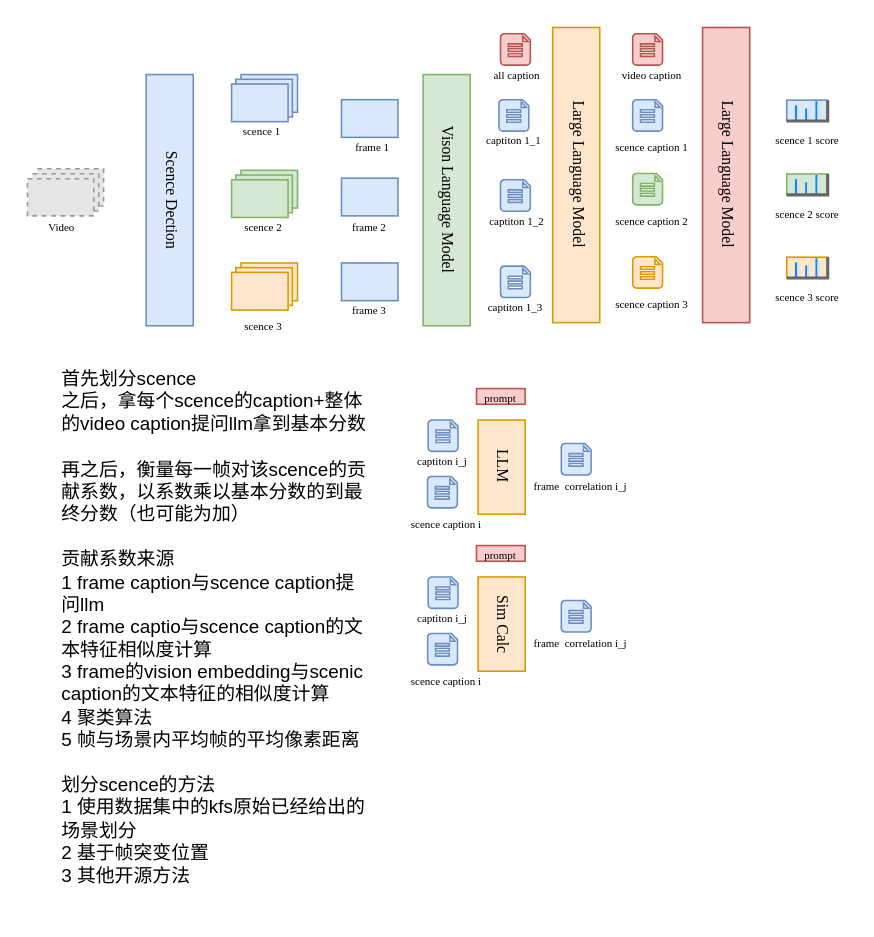
The draw.io diagram drawio/figure1-overall-new.drawio in liuliuli302/tfnet, before the edit. Source tidied: cells renumbered, new cells numbered last; positions are measured from the earlier drawing's top-left corner, leaving out a move shared by most shapes. Both pictures are drawn from the tidied source at 157%, with x=0, y=0 at pixel (27, 27). Pictures stored in the file or linked from it are replaced by grey dashed boxes.
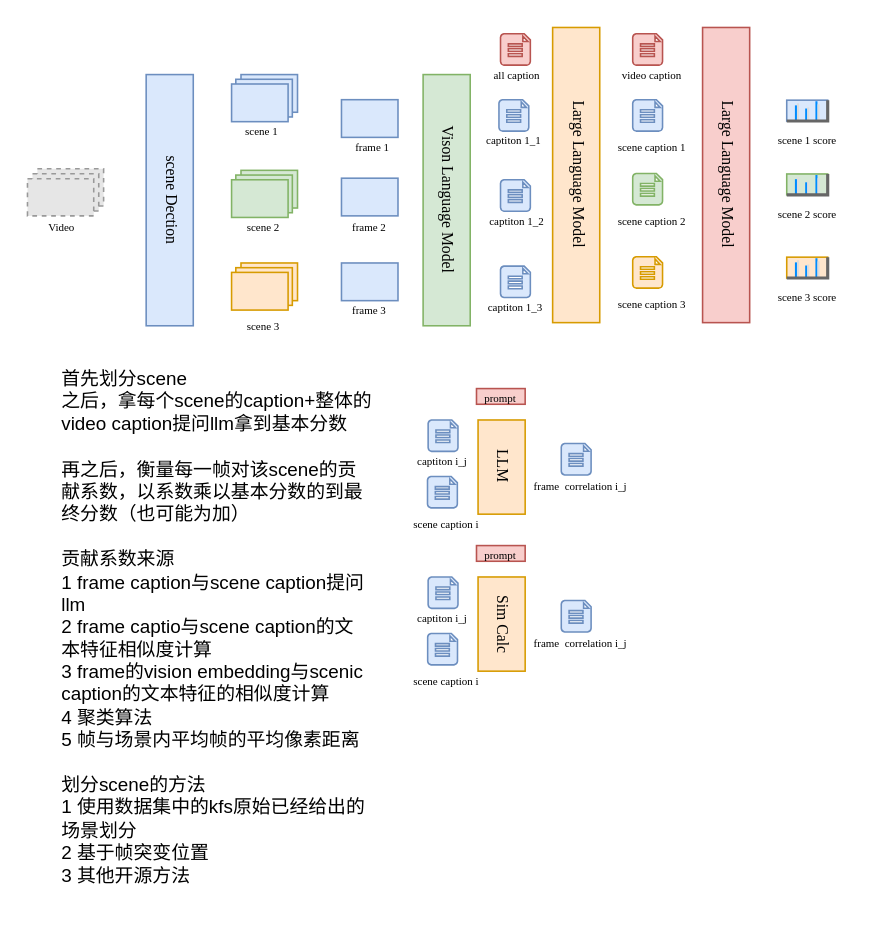
The same page after the edit.

What changed in the source:
```diff
@@
-    <mxCell id="19" value="&lt;font style=&quot;font-size: 7px;&quot;&gt;scence 1&lt;/font&gt;" style="text;strokeColor=none;align=center;fillColor=none;html=1;verticalAlign=middle;whiteSpace=wrap;rounded=0;fontFamily=Times New Roman;" parent="1" vertex="1">
+    <mxCell id="19" value="&lt;font style=&quot;font-size: 7px;&quot;&gt;scene 1&lt;/font&gt;" style="text;strokeColor=none;align=center;fillColor=none;html=1;verticalAlign=middle;whiteSpace=wrap;rounded=0;fontFamily=Times New Roman;" parent="1" vertex="1">
       <mxGeometry x="134.3" y="60" width="31.4" height="10" as="geometry" />
     </mxCell>
-    <mxCell id="20" value="&lt;span style=&quot;color: rgb(0, 0, 0); font-family: &amp;quot;Times New Roman&amp;quot;; font-size: 10px;&quot;&gt;Scence Dection&lt;/span&gt;" style="rounded=0;whiteSpace=wrap;html=1;textDirection=vertical-lr;fillColor=#dae8fc;strokeColor=#6c8ebf;" parent="1" vertex="1">
+    <mxCell id="20" value="&lt;span style=&quot;color: rgb(0, 0, 0); font-family: &amp;quot;Times New Roman&amp;quot;; font-size: 10px;&quot;&gt;scene Dection&lt;/span&gt;" style="rounded=0;whiteSpace=wrap;html=1;textDirection=vertical-lr;fillColor=#dae8fc;strokeColor=#6c8ebf;" parent="1" vertex="1">
       <mxGeometry x="75.6" y="30" width="30" height="160" as="geometry" />
     </mxCell>
@@
-    <mxCell id="34" value="&lt;font style=&quot;font-size: 7px;&quot;&gt;scence caption 1&lt;/font&gt;" style="text;strokeColor=none;align=center;fillColor=none;html=1;verticalAlign=middle;whiteSpace=wrap;rounded=0;fontFamily=Times New Roman;" parent="1" vertex="1">
+    <mxCell id="34" value="&lt;font style=&quot;font-size: 7px;&quot;&gt;scene caption 1&lt;/font&gt;" style="text;strokeColor=none;align=center;fillColor=none;html=1;verticalAlign=middle;whiteSpace=wrap;rounded=0;fontFamily=Times New Roman;" parent="1" vertex="1">
       <mxGeometry x="372.6" y="70" width="50" height="10" as="geometry" />
     </mxCell>
@@
-    <mxCell id="36" value="&lt;font style=&quot;font-size: 7px;&quot;&gt;scence caption 2&lt;/font&gt;" style="text;strokeColor=none;align=center;fillColor=none;html=1;verticalAlign=middle;whiteSpace=wrap;rounded=0;fontFamily=Times New Roman;" parent="1" vertex="1">
+    <mxCell id="36" value="&lt;font style=&quot;font-size: 7px;&quot;&gt;scene caption 2&lt;/font&gt;" style="text;strokeColor=none;align=center;fillColor=none;html=1;verticalAlign=middle;whiteSpace=wrap;rounded=0;fontFamily=Times New Roman;" parent="1" vertex="1">
       <mxGeometry x="372.6" y="117" width="50" height="10" as="geometry" />
     </mxCell>
@@
-    <mxCell id="38" value="&lt;font style=&quot;font-size: 7px;&quot;&gt;scence caption 3&lt;/font&gt;" style="text;strokeColor=none;align=center;fillColor=none;html=1;verticalAlign=middle;whiteSpace=wrap;rounded=0;fontFamily=Times New Roman;" parent="1" vertex="1">
+    <mxCell id="38" value="&lt;font style=&quot;font-size: 7px;&quot;&gt;scene caption 3&lt;/font&gt;" style="text;strokeColor=none;align=center;fillColor=none;html=1;verticalAlign=middle;whiteSpace=wrap;rounded=0;fontFamily=Times New Roman;" parent="1" vertex="1">
       <mxGeometry x="372.6" y="170" width="50" height="10" as="geometry" />
     </mxCell>
-    <mxCell id="39" value="&lt;font style=&quot;font-size: 7px;&quot;&gt;scence 2&lt;/font&gt;" style="text;strokeColor=none;align=center;fillColor=none;html=1;verticalAlign=middle;whiteSpace=wrap;rounded=0;fontFamily=Times New Roman;" parent="1" vertex="1">
+    <mxCell id="39" value="&lt;font style=&quot;font-size: 7px;&quot;&gt;scene 2&lt;/font&gt;" style="text;strokeColor=none;align=center;fillColor=none;html=1;verticalAlign=middle;whiteSpace=wrap;rounded=0;fontFamily=Times New Roman;" parent="1" vertex="1">
       <mxGeometry x="135.3" y="121" width="31.4" height="10" as="geometry" />
     </mxCell>
-    <mxCell id="40" value="&lt;font style=&quot;font-size: 7px;&quot;&gt;scence 3&lt;/font&gt;" style="text;strokeColor=none;align=center;fillColor=none;html=1;verticalAlign=middle;whiteSpace=wrap;rounded=0;fontFamily=Times New Roman;" parent="1" vertex="1">
+    <mxCell id="40" value="&lt;font style=&quot;font-size: 7px;&quot;&gt;scene 3&lt;/font&gt;" style="text;strokeColor=none;align=center;fillColor=none;html=1;verticalAlign=middle;whiteSpace=wrap;rounded=0;fontFamily=Times New Roman;" parent="1" vertex="1">
       <mxGeometry x="135.3" y="184" width="31.4" height="10" as="geometry" />
     </mxCell>
@@
-    <mxCell id="49" value="&lt;font style=&quot;font-size: 7px;&quot;&gt;scence 1 score&lt;/font&gt;" style="text;strokeColor=none;align=center;fillColor=none;html=1;verticalAlign=middle;whiteSpace=wrap;rounded=0;fontFamily=Times New Roman;" parent="1" vertex="1">
+    <mxCell id="49" value="&lt;font style=&quot;font-size: 7px;&quot;&gt;scene 1 score&lt;/font&gt;" style="text;strokeColor=none;align=center;fillColor=none;html=1;verticalAlign=middle;whiteSpace=wrap;rounded=0;fontFamily=Times New Roman;" parent="1" vertex="1">
       <mxGeometry x="471.6" y="66" width="50" height="10" as="geometry" />
     </mxCell>
-    <mxCell id="50" value="&lt;font style=&quot;font-size: 7px;&quot;&gt;scence 2 score&lt;/font&gt;" style="text;strokeColor=none;align=center;fillColor=none;html=1;verticalAlign=middle;whiteSpace=wrap;rounded=0;fontFamily=Times New Roman;" parent="1" vertex="1">
+    <mxCell id="50" value="&lt;font style=&quot;font-size: 7px;&quot;&gt;scene 2 score&lt;/font&gt;" style="text;strokeColor=none;align=center;fillColor=none;html=1;verticalAlign=middle;whiteSpace=wrap;rounded=0;fontFamily=Times New Roman;" parent="1" vertex="1">
       <mxGeometry x="471.6" y="113" width="50" height="10" as="geometry" />
     </mxCell>
-    <mxCell id="51" value="&lt;font style=&quot;font-size: 7px;&quot;&gt;scence 3 score&lt;/font&gt;" style="text;strokeColor=none;align=center;fillColor=none;html=1;verticalAlign=middle;whiteSpace=wrap;rounded=0;fontFamily=Times New Roman;" parent="1" vertex="1">
+    <mxCell id="51" value="&lt;font style=&quot;font-size: 7px;&quot;&gt;scene 3 score&lt;/font&gt;" style="text;strokeColor=none;align=center;fillColor=none;html=1;verticalAlign=middle;whiteSpace=wrap;rounded=0;fontFamily=Times New Roman;" parent="1" vertex="1">
       <mxGeometry x="471.6" y="166" width="50" height="10" as="geometry" />
     </mxCell>
@@
-    <mxCell id="56" value="&lt;font style=&quot;font-size: 7px;&quot;&gt;scence caption i&lt;/font&gt;" style="text;strokeColor=none;align=center;fillColor=none;html=1;verticalAlign=middle;whiteSpace=wrap;rounded=0;fontFamily=Times New Roman;" parent="1" vertex="1">
+    <mxCell id="56" value="&lt;font style=&quot;font-size: 7px;&quot;&gt;scene caption i&lt;/font&gt;" style="text;strokeColor=none;align=center;fillColor=none;html=1;verticalAlign=middle;whiteSpace=wrap;rounded=0;fontFamily=Times New Roman;" parent="1" vertex="1">
       <mxGeometry x="242" y="310" width="50" height="10" as="geometry" />
     </mxCell>
@@
-    <mxCell id="66" value="&lt;font style=&quot;font-size: 7px;&quot;&gt;scence caption i&lt;/font&gt;" style="text;strokeColor=none;align=center;fillColor=none;html=1;verticalAlign=middle;whiteSpace=wrap;rounded=0;fontFamily=Times New Roman;" parent="1" vertex="1">
+    <mxCell id="66" value="&lt;font style=&quot;font-size: 7px;&quot;&gt;scene caption i&lt;/font&gt;" style="text;strokeColor=none;align=center;fillColor=none;html=1;verticalAlign=middle;whiteSpace=wrap;rounded=0;fontFamily=Times New Roman;" parent="1" vertex="1">
       <mxGeometry x="242" y="410" width="50" height="10" as="geometry" />
     </mxCell>
@@
-    <mxCell id="70" value="首先划分scence&lt;div&gt;之后，拿每个scence的caption+整体的video caption提问llm拿到基本分数&lt;/div&gt;&lt;div&gt;&lt;br&gt;&lt;/div&gt;&lt;div&gt;再之后，衡量每一帧对该scence的贡献系数，以系数乘以基本分数的到最终分数（也可能为加）&lt;/div&gt;&lt;div&gt;&lt;br&gt;&lt;/div&gt;&lt;div&gt;贡献系数来源&lt;br&gt;1 frame caption与scence caption提问llm&lt;/div&gt;&lt;div&gt;2 frame captio与scence caption的文本特征相似度计算&lt;/div&gt;&lt;div&gt;3 frame的vision embedding与scenic&lt;/div&gt;&lt;div&gt;caption的文本特征的相似度计算&lt;/div&gt;&lt;div&gt;4 聚类算法&lt;/div&gt;&lt;div&gt;5 帧与场景内平均帧的平均像素距离&lt;/div&gt;&lt;div&gt;&lt;br&gt;&lt;/div&gt;&lt;div&gt;划分scence的方法&lt;/div&gt;&lt;div&gt;1 使用数据集中的kfs原始已经给出的场景划分&lt;/div&gt;&lt;div&gt;2 基于帧突变位置&lt;/div&gt;&lt;div&gt;3 其他开源方法&lt;/div&gt;&lt;div&gt;&lt;br&gt;&lt;/div&gt;" style="text;html=1;align=left;verticalAlign=top;whiteSpace=wrap;rounded=0;horizontal=1;labelPosition=center;verticalLabelPosition=middle;" parent="1" vertex="1">
+    <mxCell id="70" value="首先划分scene&lt;div&gt;之后，拿每个scene的caption+整体的video caption提问llm拿到基本分数&lt;/div&gt;&lt;div&gt;&lt;br&gt;&lt;/div&gt;&lt;div&gt;再之后，衡量每一帧对该scene的贡献系数，以系数乘以基本分数的到最终分数（也可能为加）&lt;/div&gt;&lt;div&gt;&lt;br&gt;&lt;/div&gt;&lt;div&gt;贡献系数来源&lt;br&gt;1 frame caption与scene caption提问llm&lt;/div&gt;&lt;div&gt;2 frame captio与scene caption的文本特征相似度计算&lt;/div&gt;&lt;div&gt;3 frame的vision embedding与scenic&lt;/div&gt;&lt;div&gt;caption的文本特征的相似度计算&lt;/div&gt;&lt;div&gt;4 聚类算法&lt;/div&gt;&lt;div&gt;5 帧与场景内平均帧的平均像素距离&lt;/div&gt;&lt;div&gt;&lt;br&gt;&lt;/div&gt;&lt;div&gt;划分scene的方法&lt;/div&gt;&lt;div&gt;1 使用数据集中的kfs原始已经给出的场景划分&lt;/div&gt;&lt;div&gt;2 基于帧突变位置&lt;/div&gt;&lt;div&gt;3 其他开源方法&lt;/div&gt;&lt;div&gt;&lt;br&gt;&lt;/div&gt;" style="text;html=1;align=left;verticalAlign=top;whiteSpace=wrap;rounded=0;horizontal=1;labelPosition=center;verticalLabelPosition=middle;" parent="1" vertex="1">
       <mxGeometry x="20" y="210" width="200" height="350" as="geometry" />
     </mxCell>
```
